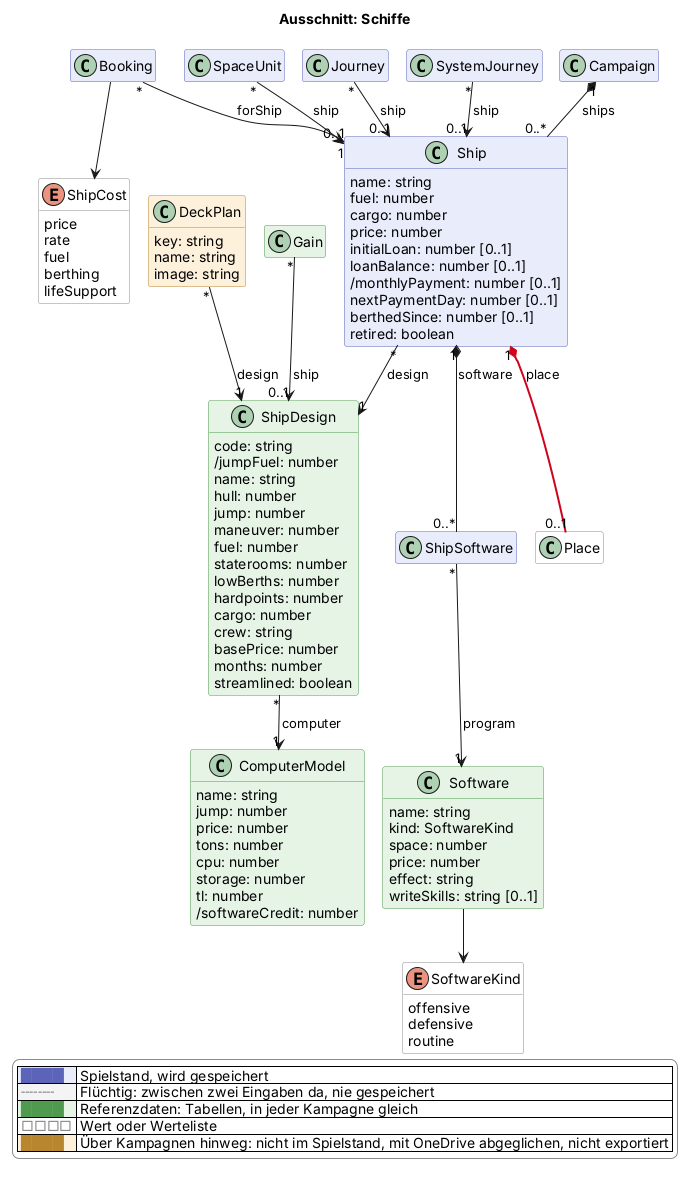
The PlantUML diagram docs/views/schiffe.png in scuzzar/SRE, before a commit. Source of this version:
```plantuml
@startuml
!if %not(%variable_exists("$change"))
!$change = "*"
!endif
!function $marked($c)
!return $change == "*" || $change == $c
!endfunction
!function $new($c, $t)
!if $marked($c)
!return "<color:#d0021b><b>" + $t + "</b></color>"
!endif
!return $t
!endfunction
!procedure $gone($c, $t)
!if $marked($c)
<color:#d0021b><s>$t</s></color>
!endif
!endprocedure
!function $newClass($c)
!if $marked($c)
!return "#line:d0021b;line.bold"
!endif
!return ""
!endfunction
!function $newArrow($c)
!if $marked($c)
!return "[#d0021b,bold]"
!endif
!return ""
!endfunction
!function $goneArrow($c)
!if $marked($c)
!return "[#d0021b,dashed]"
!endif
!return ""
!endfunction
!pragma layout smetana
title Ausschnitt: Schiffe
hide empty members
hide methods
skinparam classAttributeIconSize 0
skinparam shadowing false
skinparam packageStyle rectangle
skinparam class {
  BackgroundColor #e8ecfb
  BorderColor #5b64b8
  BackgroundColor<<transient>> #f4f4f4
  BorderColor<<transient>> #8a8a8a
  BackgroundColor<<reference>> #e6f4e6
  BorderColor<<reference>> #4f9a4f
  BackgroundColor<<value>> #ffffff
  BorderColor<<value>> #8a8a8a
  BackgroundColor<<browser>> #fdf1dc
  BorderColor<<browser>> #b8862e
}
skinparam legendBackgroundColor #ffffff
skinparam legendBorderColor #8a8a8a
<style>
classDiagram {
  class {
    .transient {
      LineStyle 5-3
    }
  }
}
</style>
hide <<transient>> stereotype
hide <<reference>> stereotype
hide <<value>> stereotype
hide <<browser>> stereotype

  class Campaign $kampagne
  class Booking $shop

  class Ship $schiffe {
    name: string
    fuel: number
    cargo: number
    price: number
    initialLoan: number [0..1]
    loanBalance: number [0..1]
    /monthlyPayment: number [0..1]
    nextPaymentDay: number [0..1]
    berthedSince: number [0..1]
    retired: boolean
  }
  enum ShipCost <<value>> $schiffe {
    price
    rate
    fuel
    berthing
    lifeSupport
  }
  class ShipSoftware $schiffe {
  }
  class ShipDesign <<reference>> $schiffe {
    code: string
    /jumpFuel: number
    name: string
    hull: number
    jump: number
    maneuver: number
    fuel: number
    staterooms: number
    lowBerths: number
    hardpoints: number
    cargo: number
    crew: string
    basePrice: number
    months: number
    streamlined: boolean
  }
  class ComputerModel <<reference>> $schiffe {
    name: string
    jump: number
    price: number
    tons: number
    cpu: number
    storage: number
    tl: number
    /softwareCredit: number
  }
  class Software <<reference>> $schiffe {
    name: string
    kind: SoftwareKind
    space: number
    price: number
    effect: string
    writeSkills: string [0..1]
  }
  enum SoftwareKind <<value>> $schiffe {
    offensive
    defensive
    routine
  }
  class DeckPlan <<browser>> $schiffe {
    key: string
    name: string
    image: string
  }

  class SpaceUnit $raum





  class Journey $reise
  class SystemJourney $reise


  class Gain <<reference>> $erschaffung
  class Place <<value>> $oberflaeche


Campaign "1" *-- "0..*" Ship : ships
Ship "*" --> "1" ShipDesign : design
Ship "1" *-- "0..*" ShipSoftware : software
Ship "1" *-$newArrow("2026-11-21")- "0..1" Place : place
ShipSoftware "*" --> "1" Software : program
Software --> SoftwareKind
ShipDesign "*" --> "1" ComputerModel : computer
Booking "*" --> "0..1" Ship : forShip

SpaceUnit "*" --> "1" Ship : ship
Gain "*" --> "0..1" ShipDesign : ship
DeckPlan "*" --> "1" ShipDesign : design

Journey "*" --> "0..1" Ship : ship
Booking --> ShipCost
SystemJourney "*" --> "0..1" Ship : ship












legend right
  |<#e8ecfb> <color:#5b64b8>████</color> | Spielstand, wird gespeichert |
  |<#f4f4f4> <color:#8a8a8a>╌╌╌╌</color> | Flüchtig: zwischen zwei Eingaben da, nie gespeichert |
  |<#e6f4e6> <color:#4f9a4f>████</color> | Referenzdaten: Tabellen, in jeder Kampagne gleich |
  |<#ffffff> <color:#8a8a8a>□□□□</color> | Wert oder Werteliste |
  |<#fdf1dc> <color:#b8862e>████</color> | Über Kampagnen hinweg: nicht im Spielstand, mit OneDrive abgeglichen, nicht exportiert |
endlegend
@enduml
```
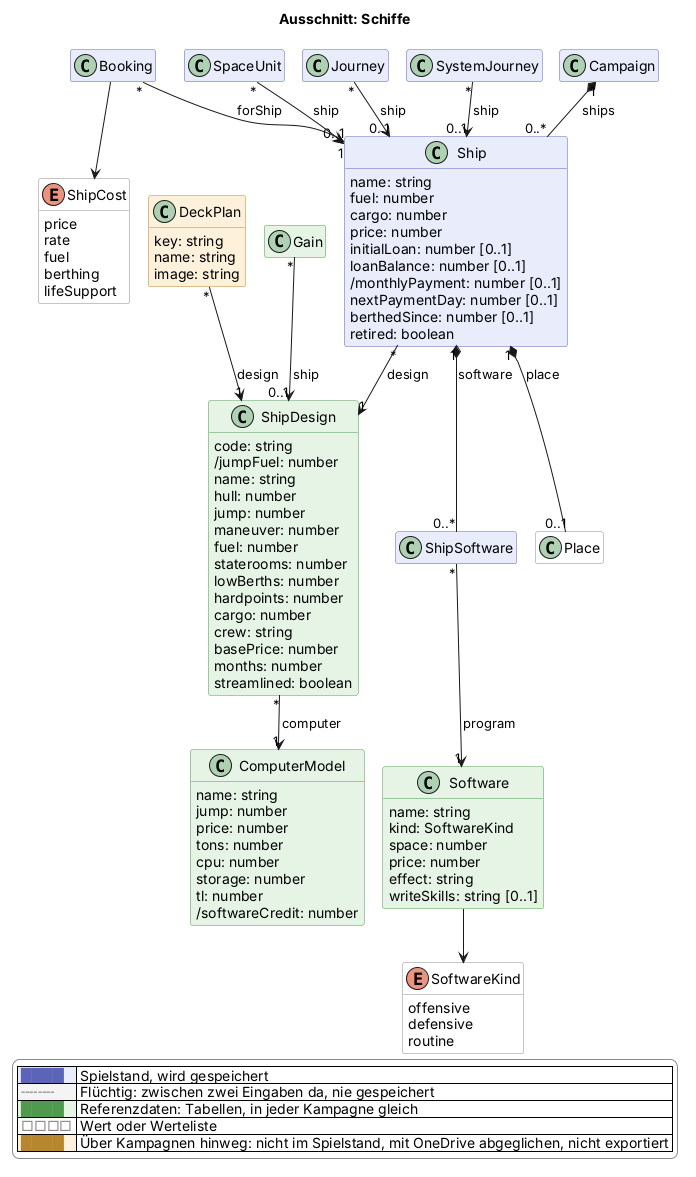
Later version of the same file.

Change to the diagram source:
```diff
@@ -156,7 +156,7 @@
 Campaign "1" *-- "0..*" Ship : ships
 Ship "*" --> "1" ShipDesign : design
 Ship "1" *-- "0..*" ShipSoftware : software
-Ship "1" *-$newArrow("2026-11-21")- "0..1" Place : place
+Ship "1" *-- "0..1" Place : place
 ShipSoftware "*" --> "1" Software : program
 Software --> SoftwareKind
 ShipDesign "*" --> "1" ComputerModel : computer
```
